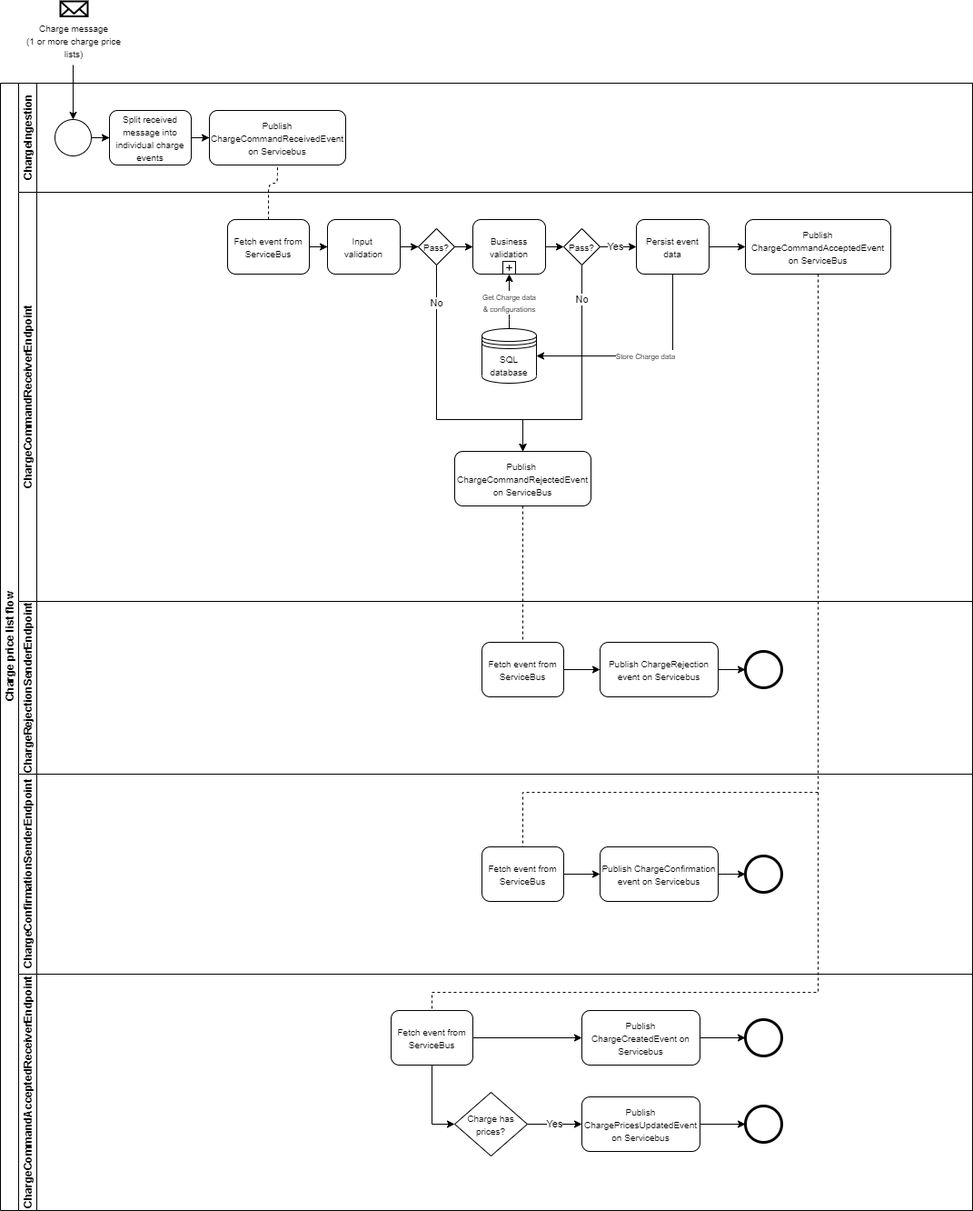
Energinet-DataHub/ARCHIVED-geh-charges keeps this draw.io diagram as docs/process-flows/images/ChargePriceListProcessFlow.png. Above is the earlier version. Source tidied: cells renumbered, new cells last; positions are measured from the earlier drawing's top-left corner, leaving out a move shared by most shapes.
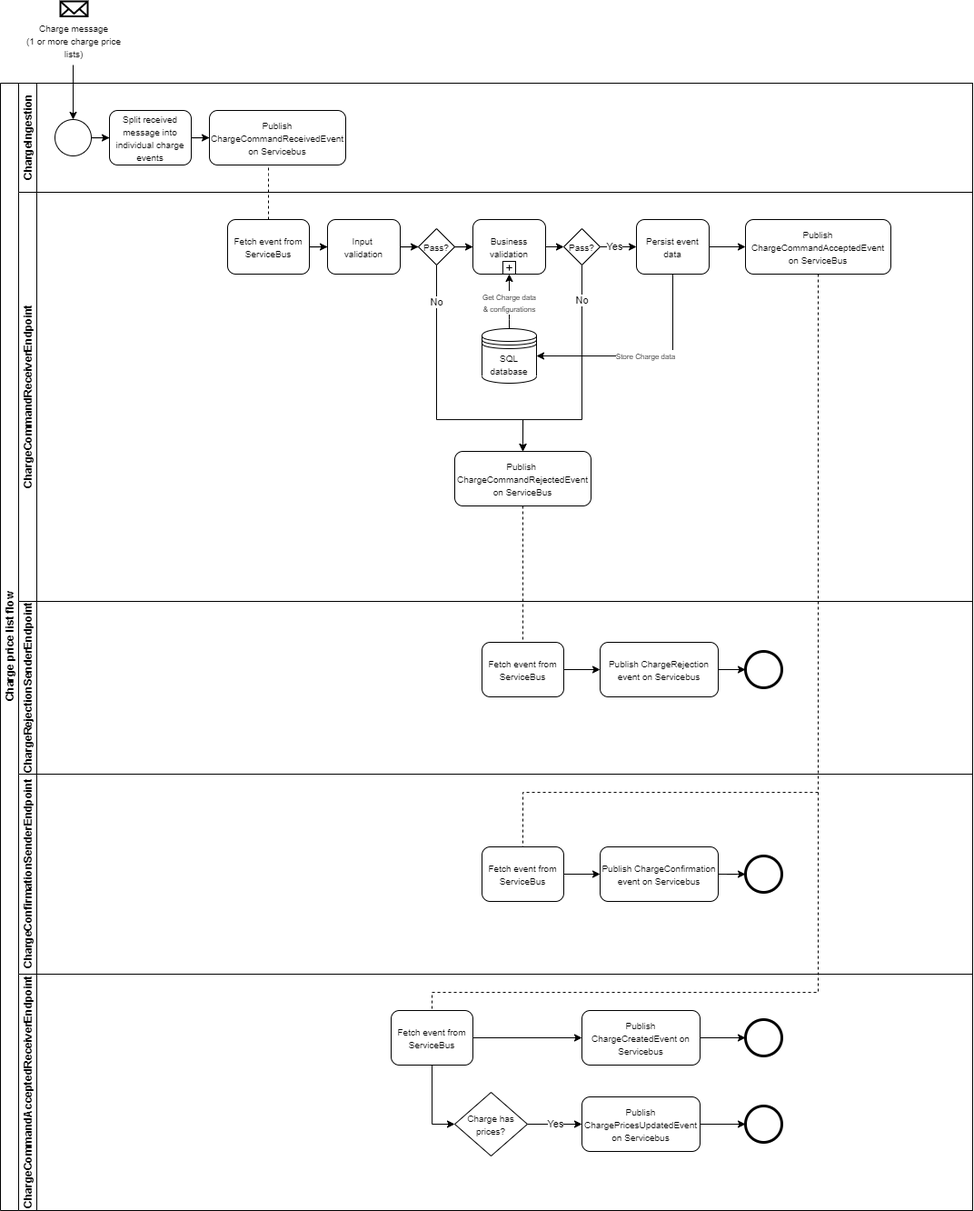
After the change.

The edit, as a diff of the source:
```diff
@@ -181,11 +181,11 @@
     <mxCell id="54" value="&lt;font style=&quot;font-size: 10px&quot;&gt;Charge has prices?&lt;/font&gt;" style="rhombus;whiteSpace=wrap;html=1;fontFamily=Helvetica;fontSize=12;fontColor=#000000;align=center;" parent="43" vertex="1">
       <mxGeometry x="480" y="130" width="80" height="70" as="geometry" />
     </mxCell>
-    <mxCell id="55" style="endArrow=none;dashed=1;html=1;entryX=0.5;entryY=1;entryDx=0;entryDy=0;exitX=0.5;exitY=0;exitDx=0;exitDy=0;" parent="2" edge="1" source="10" target="7">
+    <mxCell id="55" style="endArrow=none;dashed=1;html=1;exitX=0.5;exitY=0;exitDx=0;exitDy=0;" parent="2" edge="1" source="10">
       <mxGeometry relative="1" as="geometry">
+        <mxPoint x="295" y="90" as="targetPoint" />
         <Array as="points">
           <mxPoint x="295" y="110" />
-          <mxPoint x="305" y="110" />
         </Array>
       </mxGeometry>
     </mxCell>
```
